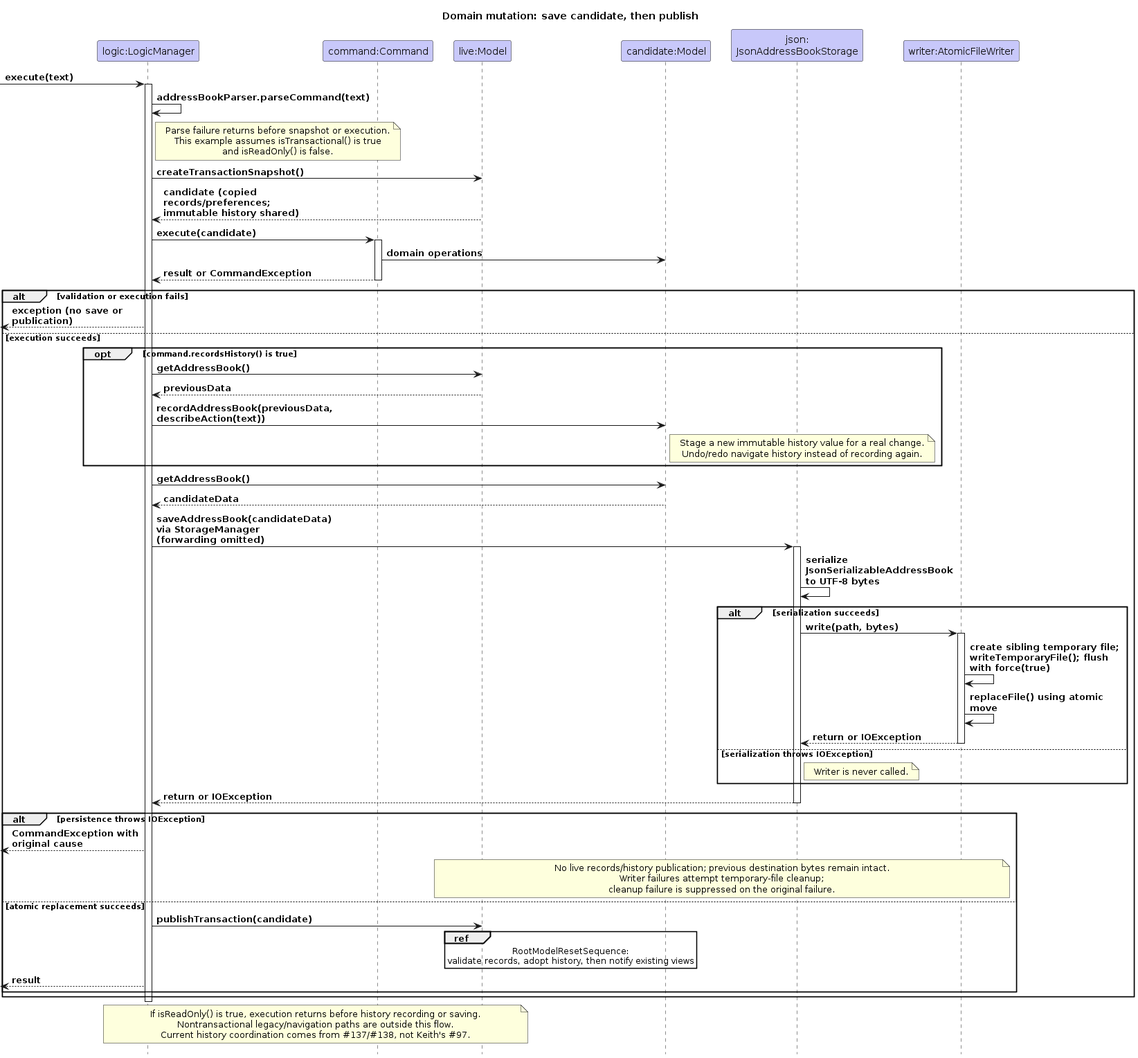
The PlantUML diagram diagrams/MutationTransactionSequence.png in AY2627S1-CS2103T-F15-2/tp, before a commit. Its source is kept beside it as diagrams/MutationTransactionSequence.puml. Its diagram source:
```plantuml
@startuml
!include style.puml
skinparam ParticipantBackgroundColor LOGIC_COLOR_T1
skinparam ParticipantFontColor #111111
skinparam sequenceMessageAlign left
skinparam maxMessageSize 220
title Domain mutation: save candidate, then publish

participant "logic:LogicManager" as logic
participant "command:Command" as command
participant "live:Model" as live
participant "candidate:Model" as candidate
participant "json:\nJsonAddressBookStorage" as json
participant "writer:AtomicFileWriter" as writer

[-> logic : execute(text)
activate logic
logic -> logic : addressBookParser.parseCommand(text)
note right of logic
  Parse failure returns before snapshot or execution.
  This example assumes isTransactional() is true
  and isReadOnly() is false.
end note
logic -> live : createTransactionSnapshot()
live --> logic : candidate (copied records/preferences; immutable history shared)
logic -> command : execute(candidate)
activate command
command -> candidate : domain operations
command --> logic : result or CommandException
deactivate command
alt validation or execution fails
  [<-- logic : exception (no save or publication)
else execution succeeds
  opt command.recordsHistory() is true
    logic -> live : getAddressBook()
    live --> logic : previousData
    logic -> candidate : recordAddressBook(previousData, describeAction(text))
    note right of candidate
      Stage a new immutable history value for a real change.
      Undo/redo navigate history instead of recording again.
    end note
  end
  logic -> candidate : getAddressBook()
  candidate --> logic : candidateData
  logic -> json : saveAddressBook(candidateData)\nvia StorageManager (forwarding omitted)
  activate json
  json -> json : serialize JsonSerializableAddressBook to UTF-8 bytes
  alt serialization succeeds
    json -> writer : write(path, bytes)
    activate writer
    writer -> writer : create sibling temporary file;\nwriteTemporaryFile(); flush with force(true)
    writer -> writer : replaceFile() using atomic move
    writer --> json : return or IOException
    deactivate writer
  else serialization throws IOException
    note right of json : Writer is never called.
  end
  json --> logic : return or IOException
  deactivate json
  alt persistence throws IOException
    [<-- logic : CommandException with original cause
    note over live, writer
      No live records/history publication; previous destination bytes remain intact.
      Writer failures attempt temporary-file cleanup;
      cleanup failure is suppressed on the original failure.
    end note
  else atomic replacement succeeds
    logic -> live : publishTransaction(candidate)
    ref over live
      RootModelResetSequence:
      validate records, adopt history, then notify existing views
    end ref
    [<-- logic : result
  end
end
deactivate logic
note over logic, live
  If isReadOnly() is true, execution returns before history recording or saving.
  Nontransactional legacy/navigation paths are outside this flow.
  Current history coordination comes from #137/#138, not Keith's #97.
end note
@enduml
```
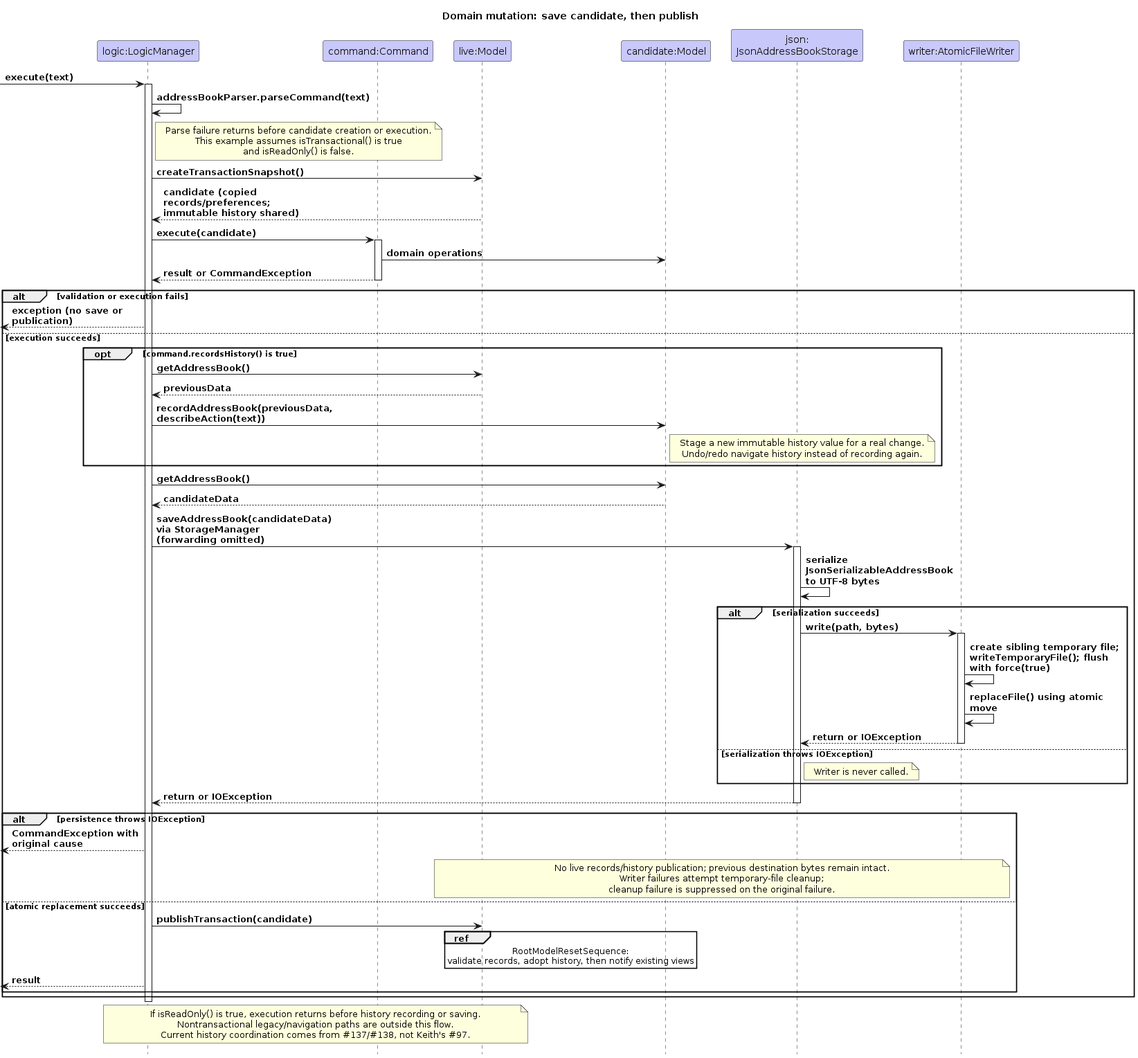
The same diagram one commit later.

The edit, as a diff of the source:
```diff
@@ -17,7 +17,7 @@
 activate logic
 logic -> logic : addressBookParser.parseCommand(text)
 note right of logic
-  Parse failure returns before snapshot or execution.
+  Parse failure returns before candidate creation or execution.
   This example assumes isTransactional() is true
   and isReadOnly() is false.
 end note
```
